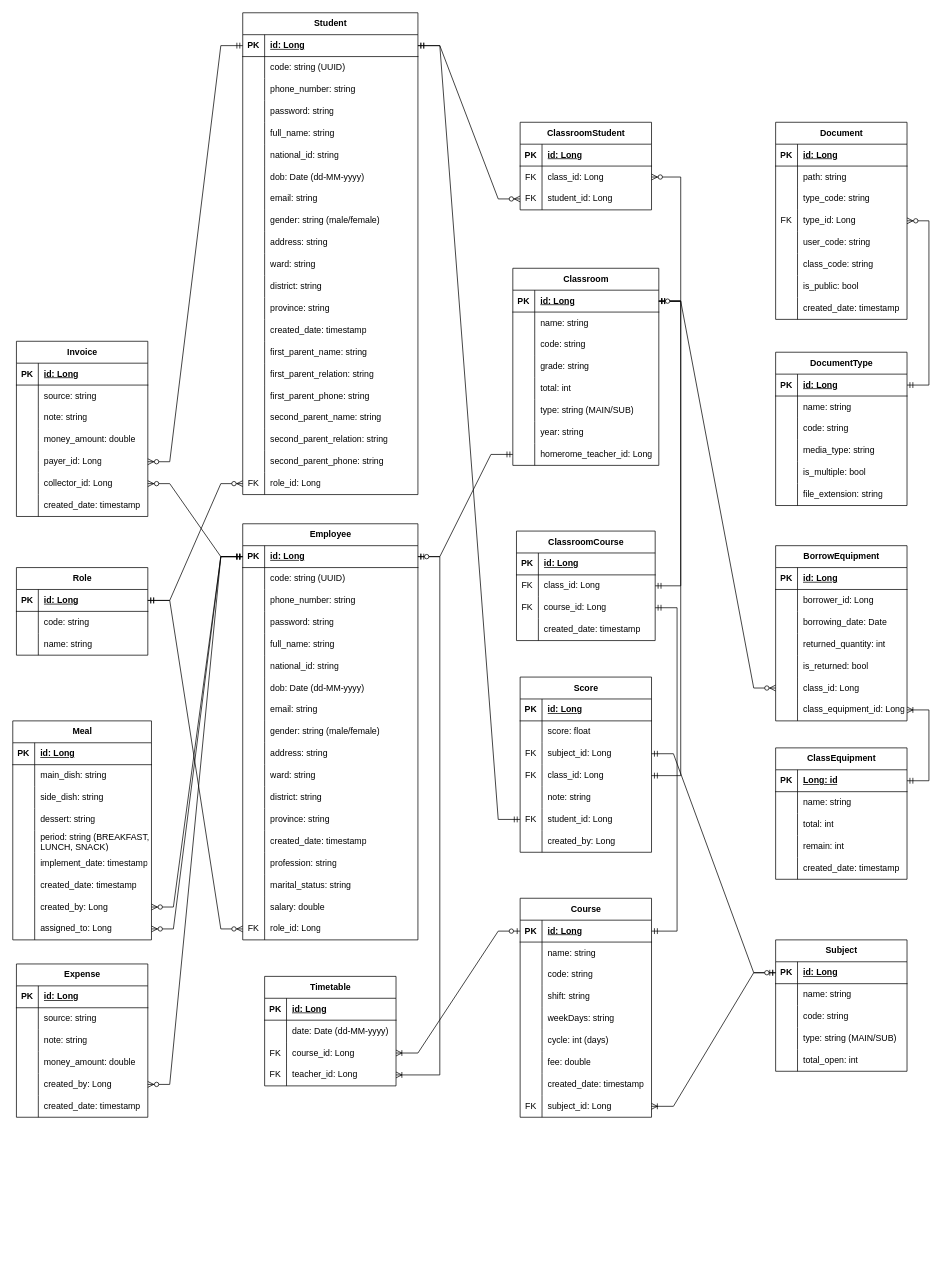
Earlier version of the draw.io diagram documents/ERD.drawio (ngynanhtai/school-management-project). Source tidied: cells renumbered, new cells numbered last; positions are measured from the earlier drawing's top-left corner, leaving out a move shared by most shapes. Both pictures are drawn from the tidied source at 73%, with x=0, y=0 at pixel (12, 12).
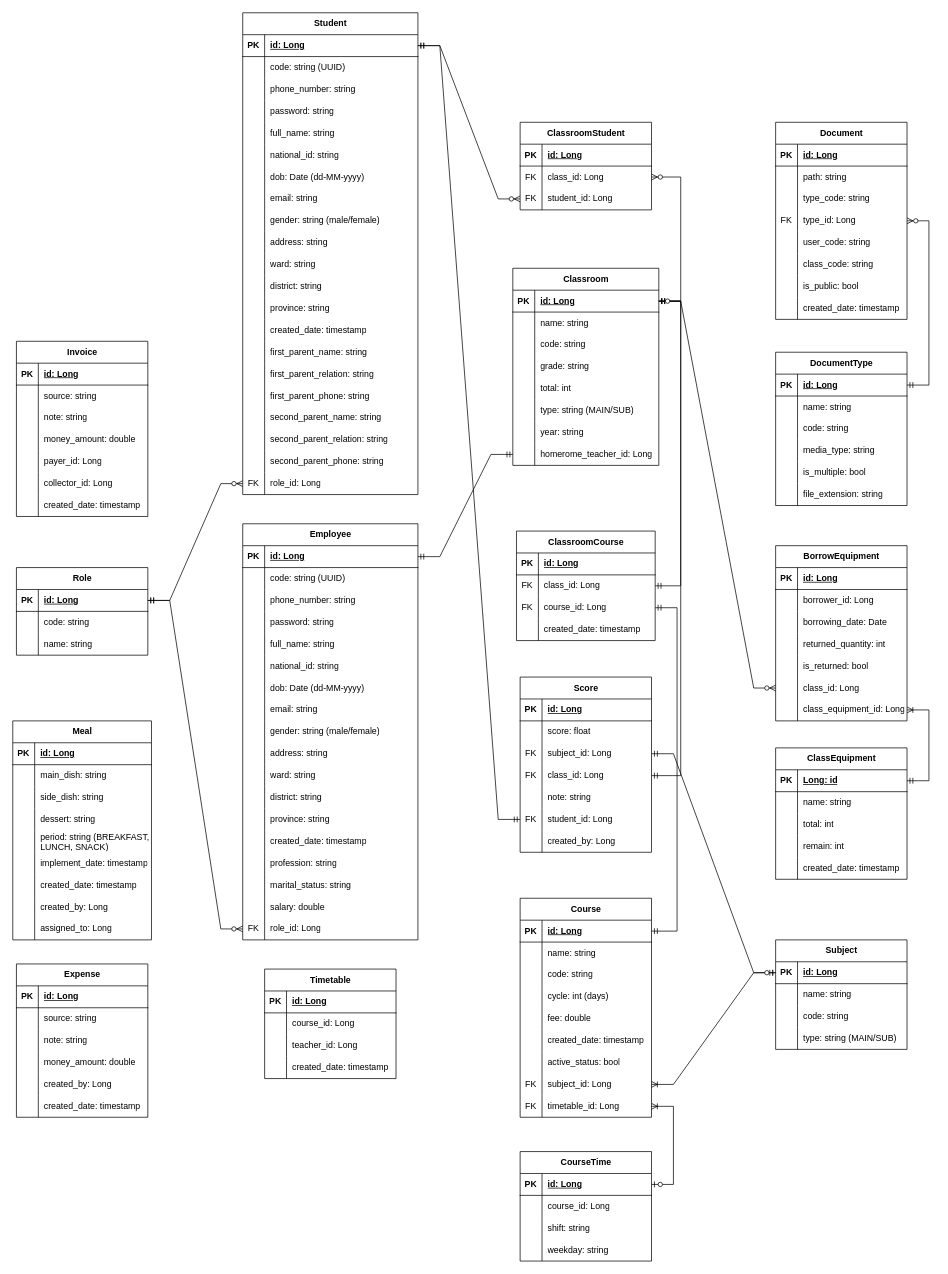
Above is the later version.

Unchanged cells that the change refers to:
```xml
<mxCell id="125" style="shape=tableRow;horizontal=0;startSize=0;swimlaneHead=0;swimlaneBody=0;fillColor=none;points=[[0,0.5],[1,0.5]];portConstraint=eastwest;top=0;left=0;right=0;bottom=0;" parent="103" vertex="1">
  <mxGeometry y="240" width="190" height="30" as="geometry" />
</mxCell>
<mxCell id="128" style="shape=tableRow;horizontal=0;startSize=0;swimlaneHead=0;swimlaneBody=0;fillColor=none;points=[[0,0.5],[1,0.5]];portConstraint=eastwest;top=0;left=0;right=0;bottom=0;" parent="103" vertex="1">
  <mxGeometry y="270" width="190" height="30" as="geometry" />
</mxCell>
<mxCell id="131" value="Course" style="shape=table;startSize=30;childLayout=tableLayout;rowLines=0;fontStyle=1;align=center;html=1;" parent="1" vertex="1">
  <mxGeometry x="695" y="1213" width="180" height="300" as="geometry" />
</mxCell>
<mxCell id="132" style="shape=tableRow;horizontal=0;startSize=0;swimlaneHead=0;swimlaneBody=0;fillColor=none;points=[[0,0.5],[1,0.5]];portConstraint=eastwest;top=0;left=0;right=0;bottom=1;" parent="131" vertex="1">
  <mxGeometry y="30" width="180" height="30" as="geometry" />
</mxCell>
<mxCell id="225" style="shape=tableRow;horizontal=0;startSize=0;swimlaneHead=0;swimlaneBody=0;fillColor=none;points=[[0,0.5],[1,0.5]];portConstraint=eastwest;top=0;left=0;right=0;bottom=1;" parent="224" vertex="1">
  <mxGeometry y="30" width="240" height="30" as="geometry" />
</mxCell>
<mxCell id="304" style="shape=tableRow;horizontal=0;startSize=0;swimlaneHead=0;swimlaneBody=0;fillColor=none;points=[[0,0.5],[1,0.5]];portConstraint=eastwest;top=0;left=0;right=0;bottom=0;" parent="291" vertex="1">
  <mxGeometry y="150" width="180" height="30" as="geometry" />
</mxCell>
<mxCell id="323" style="shape=tableRow;horizontal=0;startSize=0;swimlaneHead=0;swimlaneBody=0;fillColor=none;points=[[0,0.5],[1,0.5]];portConstraint=eastwest;top=0;left=0;right=0;bottom=0;" parent="310" vertex="1">
  <mxGeometry y="150" width="180" height="30" as="geometry" />
</mxCell>
<mxCell id="326" style="shape=tableRow;horizontal=0;startSize=0;swimlaneHead=0;swimlaneBody=0;fillColor=none;points=[[0,0.5],[1,0.5]];portConstraint=eastwest;top=0;left=0;right=0;bottom=0;" parent="310" vertex="1">
  <mxGeometry y="180" width="180" height="30" as="geometry" />
</mxCell>
<mxCell id="361" style="shape=tableRow;horizontal=0;startSize=0;swimlaneHead=0;swimlaneBody=0;fillColor=none;points=[[0,0.5],[1,0.5]];portConstraint=eastwest;top=0;left=0;right=0;bottom=1;" parent="360" vertex="1">
  <mxGeometry y="30" width="240" height="30" as="geometry" />
</mxCell>
<mxCell id="416" style="shape=tableRow;horizontal=0;startSize=0;swimlaneHead=0;swimlaneBody=0;fillColor=none;points=[[0,0.5],[1,0.5]];portConstraint=eastwest;top=0;left=0;right=0;bottom=1;" parent="415" vertex="1">
  <mxGeometry y="30" width="180" height="30" as="geometry" />
</mxCell>
<mxCell id="419" style="shape=tableRow;horizontal=0;startSize=0;swimlaneHead=0;swimlaneBody=0;fillColor=none;top=0;left=0;right=0;bottom=0;" parent="415" vertex="1">
  <mxGeometry y="60" width="180" height="30" as="geometry" />
</mxCell>
<mxCell id="422" style="shape=tableRow;horizontal=0;startSize=0;swimlaneHead=0;swimlaneBody=0;fillColor=none;points=[[0,0.5],[1,0.5]];portConstraint=eastwest;top=0;left=0;right=0;bottom=0;" parent="415" vertex="1">
  <mxGeometry y="90" width="180" height="30" as="geometry" />
</mxCell>
<mxCell id="425" style="shape=tableRow;horizontal=0;startSize=0;swimlaneHead=0;swimlaneBody=0;fillColor=none;points=[[0,0.5],[1,0.5]];portConstraint=eastwest;top=0;left=0;right=0;bottom=0;" parent="415" vertex="1">
  <mxGeometry y="120" width="180" height="30" as="geometry" />
</mxCell>
```

The edit, as a diff of the source:
```diff
@@
     <mxCell id="37" value="Subject" style="shape=table;startSize=30;childLayout=tableLayout;rowLines=0;fontStyle=1;align=center;html=1;" parent="1" vertex="1">
-      <mxGeometry x="1045" y="1270" width="180" height="180" as="geometry" />
+      <mxGeometry x="1045" y="1270" width="180" height="150" as="geometry" />
     </mxCell>
@@
-    <mxCell id="50" style="shape=tableRow;horizontal=0;startSize=0;swimlaneHead=0;swimlaneBody=0;fillColor=none;top=0;left=0;right=0;bottom=0;" parent="37" vertex="1">
-      <mxGeometry y="150" width="180" height="30" as="geometry" />
-    </mxCell>
-    <mxCell id="51" style="shape=partialRectangle;fillColor=none;top=0;left=0;bottom=0;right=0;overflow=hidden;whiteSpace=wrap;html=1;" parent="50" vertex="1">
-      <mxGeometry width="30" height="30" as="geometry" />
-    </mxCell>
-    <mxCell id="52" value="total_open: int" style="shape=partialRectangle;fillColor=none;top=0;left=0;bottom=0;right=0;align=left;spacingLeft=6;overflow=hidden;whiteSpace=wrap;html=1;" parent="50" vertex="1">
-      <mxGeometry x="30" width="150" height="30" as="geometry" />
-    </mxCell>
@@
-    <mxCell id="141" style="shape=tableRow;horizontal=0;startSize=0;swimlaneHead=0;swimlaneBody=0;fillColor=none;top=0;left=0;right=0;bottom=0;" parent="131" vertex="1">
-      <mxGeometry y="120" width="180" height="30" as="geometry" />
-    </mxCell>
-    <mxCell id="142" style="shape=partialRectangle;fillColor=none;top=0;left=0;bottom=0;right=0;overflow=hidden;whiteSpace=wrap;html=1;" parent="141" vertex="1">
-      <mxGeometry width="30" height="30" as="geometry" />
-    </mxCell>
-    <mxCell id="143" value="shift: string" style="shape=partialRectangle;fillColor=none;top=0;left=0;bottom=0;right=0;align=left;spacingLeft=6;overflow=hidden;whiteSpace=wrap;html=1;" parent="141" vertex="1">
-      <mxGeometry x="30" width="150" height="30" as="geometry" />
-    </mxCell>
-    <mxCell id="144" style="shape=tableRow;horizontal=0;startSize=0;swimlaneHead=0;swimlaneBody=0;fillColor=none;top=0;left=0;right=0;bottom=0;" parent="131" vertex="1">
-      <mxGeometry y="150" width="180" height="30" as="geometry" />
-    </mxCell>
-    <mxCell id="145" style="shape=partialRectangle;fillColor=none;top=0;left=0;bottom=0;right=0;overflow=hidden;whiteSpace=wrap;html=1;" parent="144" vertex="1">
-      <mxGeometry width="30" height="30" as="geometry" />
-    </mxCell>
-    <mxCell id="146" value="weekDays: string" style="shape=partialRectangle;fillColor=none;top=0;left=0;bottom=0;right=0;align=left;spacingLeft=6;overflow=hidden;whiteSpace=wrap;html=1;" parent="144" vertex="1">
-      <mxGeometry x="30" width="150" height="30" as="geometry" />
-    </mxCell>
     <mxCell id="147" style="shape=tableRow;horizontal=0;startSize=0;swimlaneHead=0;swimlaneBody=0;fillColor=none;top=0;left=0;right=0;bottom=0;" parent="131" vertex="1">
-      <mxGeometry y="180" width="180" height="30" as="geometry" />
+      <mxGeometry y="120" width="180" height="30" as="geometry" />
     </mxCell>
@@
     <mxCell id="150" style="shape=tableRow;horizontal=0;startSize=0;swimlaneHead=0;swimlaneBody=0;fillColor=none;top=0;left=0;right=0;bottom=0;" parent="131" vertex="1">
-      <mxGeometry y="210" width="180" height="30" as="geometry" />
+      <mxGeometry y="150" width="180" height="30" as="geometry" />
     </mxCell>
@@
     <mxCell id="153" style="shape=tableRow;horizontal=0;startSize=0;swimlaneHead=0;swimlaneBody=0;fillColor=none;top=0;left=0;right=0;bottom=0;" parent="131" vertex="1">
-      <mxGeometry y="240" width="180" height="30" as="geometry" />
+      <mxGeometry y="180" width="180" height="30" as="geometry" />
     </mxCell>
@@
+    <mxCell id="430" style="shape=tableRow;horizontal=0;startSize=0;swimlaneHead=0;swimlaneBody=0;fillColor=none;top=0;left=0;right=0;bottom=0;" parent="131" vertex="1">
+      <mxGeometry y="210" width="180" height="30" as="geometry" />
+    </mxCell>
+    <mxCell id="431" style="shape=partialRectangle;fillColor=none;top=0;left=0;bottom=0;right=0;overflow=hidden;whiteSpace=wrap;html=1;" parent="430" vertex="1">
+      <mxGeometry width="30" height="30" as="geometry" />
+    </mxCell>
+    <mxCell id="432" value="active_status: bool" style="shape=partialRectangle;fillColor=none;top=0;left=0;bottom=0;right=0;align=left;spacingLeft=6;overflow=hidden;whiteSpace=wrap;html=1;" parent="430" vertex="1">
+      <mxGeometry x="30" width="150" height="30" as="geometry" />
+    </mxCell>
     <mxCell id="156" style="shape=tableRow;horizontal=0;startSize=0;swimlaneHead=0;swimlaneBody=0;fillColor=none;points=[[0,0.5],[1,0.5]];portConstraint=eastwest;top=0;left=0;right=0;bottom=0;" parent="131" vertex="1">
-      <mxGeometry y="270" width="180" height="30" as="geometry" />
+      <mxGeometry y="240" width="180" height="30" as="geometry" />
     </mxCell>
@@
+    <mxCell id="433" style="shape=tableRow;horizontal=0;startSize=0;swimlaneHead=0;swimlaneBody=0;fillColor=none;points=[[0,0.5],[1,0.5]];portConstraint=eastwest;top=0;left=0;right=0;bottom=0;" parent="131" vertex="1">
+      <mxGeometry y="270" width="180" height="30" as="geometry" />
+    </mxCell>
+    <mxCell id="434" value="FK" style="shape=partialRectangle;fillColor=none;top=0;left=0;bottom=0;right=0;overflow=hidden;whiteSpace=wrap;html=1;" parent="433" vertex="1">
+      <mxGeometry width="30" height="30" as="geometry" />
+    </mxCell>
+    <mxCell id="435" value="timetable_id: Long" style="shape=partialRectangle;fillColor=none;top=0;left=0;bottom=0;right=0;align=left;spacingLeft=6;overflow=hidden;whiteSpace=wrap;html=1;" parent="433" vertex="1">
+      <mxGeometry x="30" width="150" height="30" as="geometry" />
+    </mxCell>
@@
-    <mxCell id="332" style="edgeStyle=entityRelationEdgeStyle;fontSize=12;html=1;endArrow=ERzeroToMany;startArrow=ERmandOne;rounded=0;" parent="1" edge="1" source="361" target="125">
-      <mxGeometry relative="1" as="geometry" />
-    </mxCell>
-    <mxCell id="333" style="edgeStyle=entityRelationEdgeStyle;fontSize=12;html=1;endArrow=ERzeroToMany;startArrow=ERmandOne;rounded=0;" parent="1" edge="1" source="361" target="128">
-      <mxGeometry relative="1" as="geometry" />
-    </mxCell>
-    <mxCell id="334" style="edgeStyle=entityRelationEdgeStyle;fontSize=12;html=1;endArrow=ERzeroToMany;startArrow=ERmandOne;rounded=0;" parent="1" edge="1" source="225" target="323">
-      <mxGeometry relative="1" as="geometry" />
-    </mxCell>
-    <mxCell id="335" style="edgeStyle=entityRelationEdgeStyle;fontSize=12;html=1;endArrow=ERzeroToMany;startArrow=ERmandOne;rounded=0;" parent="1" edge="1" source="361" target="326">
-      <mxGeometry relative="1" as="geometry" />
-    </mxCell>
-    <mxCell id="336" style="edgeStyle=entityRelationEdgeStyle;fontSize=12;html=1;endArrow=ERzeroToMany;startArrow=ERmandOne;rounded=0;" parent="1" edge="1" source="361" target="304">
-      <mxGeometry relative="1" as="geometry" />
-    </mxCell>
@@
-    <mxCell id="415" value="Timetable" style="shape=table;startSize=30;childLayout=tableLayout;rowLines=0;fontStyle=1;align=center;html=1;" parent="1" vertex="1">
-      <mxGeometry x="345" y="1320" width="180" height="150" as="geometry" />
+    <mxCell id="415" value="CourseTime" style="shape=table;startSize=30;childLayout=tableLayout;rowLines=0;fontStyle=1;align=center;html=1;" parent="1" vertex="1">
+      <mxGeometry x="695" y="1560" width="180" height="150" as="geometry" />
     </mxCell>
@@
-    <mxCell id="421" value="date: Date (dd-MM-yyyy)" style="shape=partialRectangle;fillColor=none;top=0;left=0;bottom=0;right=0;align=left;spacingLeft=6;overflow=hidden;whiteSpace=wrap;html=1;" parent="419" vertex="1">
+    <mxCell id="421" value="course_id: Long" style="shape=partialRectangle;fillColor=none;top=0;left=0;bottom=0;right=0;align=left;spacingLeft=6;overflow=hidden;whiteSpace=wrap;html=1;" parent="419" vertex="1">
       <mxGeometry x="30" width="150" height="30" as="geometry" />
     </mxCell>
@@
-    <mxCell id="423" value="FK" style="shape=partialRectangle;fillColor=none;top=0;left=0;bottom=0;right=0;overflow=hidden;whiteSpace=wrap;html=1;" parent="422" vertex="1">
+    <mxCell id="423" style="shape=partialRectangle;fillColor=none;top=0;left=0;bottom=0;right=0;overflow=hidden;whiteSpace=wrap;html=1;" parent="422" vertex="1">
       <mxGeometry width="30" height="30" as="geometry" />
     </mxCell>
-    <mxCell id="424" value="course_id: Long" style="shape=partialRectangle;fillColor=none;top=0;left=0;bottom=0;right=0;align=left;spacingLeft=6;overflow=hidden;whiteSpace=wrap;html=1;" parent="422" vertex="1">
+    <mxCell id="424" value="shift: string" style="shape=partialRectangle;fillColor=none;top=0;left=0;bottom=0;right=0;align=left;spacingLeft=6;overflow=hidden;whiteSpace=wrap;html=1;" parent="422" vertex="1">
       <mxGeometry x="30" width="150" height="30" as="geometry" />
     </mxCell>
@@
-    <mxCell id="426" value="FK" style="shape=partialRectangle;fillColor=none;top=0;left=0;bottom=0;right=0;overflow=hidden;whiteSpace=wrap;html=1;" parent="425" vertex="1">
+    <mxCell id="426" style="shape=partialRectangle;fillColor=none;top=0;left=0;bottom=0;right=0;overflow=hidden;whiteSpace=wrap;html=1;" parent="425" vertex="1">
       <mxGeometry width="30" height="30" as="geometry" />
     </mxCell>
-    <mxCell id="427" value="teacher_id: Long" style="shape=partialRectangle;fillColor=none;top=0;left=0;bottom=0;right=0;align=left;spacingLeft=6;overflow=hidden;whiteSpace=wrap;html=1;" parent="425" vertex="1">
+    <mxCell id="427" value="weekday: string" style="shape=partialRectangle;fillColor=none;top=0;left=0;bottom=0;right=0;align=left;spacingLeft=6;overflow=hidden;whiteSpace=wrap;html=1;" parent="425" vertex="1">
       <mxGeometry x="30" width="150" height="30" as="geometry" />
     </mxCell>
-    <mxCell id="428" style="edgeStyle=entityRelationEdgeStyle;fontSize=12;html=1;endArrow=ERoneToMany;startArrow=ERzeroToOne;rounded=0;" parent="1" edge="1" source="132" target="422">
+    <mxCell id="428" style="edgeStyle=entityRelationEdgeStyle;fontSize=12;html=1;endArrow=ERoneToMany;startArrow=ERzeroToOne;rounded=0;" parent="1" edge="1" source="416" target="433">
       <mxGeometry relative="1" as="geometry" />
     </mxCell>
-    <mxCell id="429" style="edgeStyle=entityRelationEdgeStyle;fontSize=12;html=1;endArrow=ERoneToMany;startArrow=ERzeroToOne;rounded=0;" parent="1" edge="1" source="361" target="425">
-      <mxGeometry relative="1" as="geometry" />
-    </mxCell>
+    <mxCell id="436" value="Timetable" style="shape=table;startSize=30;childLayout=tableLayout;rowLines=0;fontStyle=1;align=center;html=1;" parent="1" vertex="1">
+      <mxGeometry x="345" y="1310" width="180" height="150" as="geometry" />
+    </mxCell>
+    <mxCell id="437" style="shape=tableRow;horizontal=0;startSize=0;swimlaneHead=0;swimlaneBody=0;fillColor=none;top=0;left=0;right=0;bottom=1;" parent="436" vertex="1">
+      <mxGeometry y="30" width="180" height="30" as="geometry" />
+    </mxCell>
+    <mxCell id="438" value="PK" style="shape=partialRectangle;fillColor=none;top=0;left=0;bottom=0;right=0;fontStyle=1;overflow=hidden;whiteSpace=wrap;html=1;" parent="437" vertex="1">
+      <mxGeometry width="30" height="30" as="geometry" />
+    </mxCell>
+    <mxCell id="439" value="id: Long" style="shape=partialRectangle;fillColor=none;top=0;left=0;bottom=0;right=0;align=left;spacingLeft=6;fontStyle=5;overflow=hidden;whiteSpace=wrap;html=1;" parent="437" vertex="1">
+      <mxGeometry x="30" width="150" height="30" as="geometry" />
+    </mxCell>
+    <mxCell id="440" style="shape=tableRow;horizontal=0;startSize=0;swimlaneHead=0;swimlaneBody=0;fillColor=none;top=0;left=0;right=0;bottom=0;" parent="436" vertex="1">
+      <mxGeometry y="60" width="180" height="30" as="geometry" />
+    </mxCell>
+    <mxCell id="441" style="shape=partialRectangle;fillColor=none;top=0;left=0;bottom=0;right=0;overflow=hidden;whiteSpace=wrap;html=1;" parent="440" vertex="1">
+      <mxGeometry width="30" height="30" as="geometry" />
+    </mxCell>
+    <mxCell id="442" value="course_id: Long" style="shape=partialRectangle;fillColor=none;top=0;left=0;bottom=0;right=0;align=left;spacingLeft=6;overflow=hidden;whiteSpace=wrap;html=1;" parent="440" vertex="1">
+      <mxGeometry x="30" width="150" height="30" as="geometry" />
+    </mxCell>
+    <mxCell id="443" style="shape=tableRow;horizontal=0;startSize=0;swimlaneHead=0;swimlaneBody=0;fillColor=none;top=0;left=0;right=0;bottom=0;" parent="436" vertex="1">
+      <mxGeometry y="90" width="180" height="30" as="geometry" />
+    </mxCell>
+    <mxCell id="444" style="shape=partialRectangle;fillColor=none;top=0;left=0;bottom=0;right=0;overflow=hidden;whiteSpace=wrap;html=1;" parent="443" vertex="1">
+      <mxGeometry width="30" height="30" as="geometry" />
+    </mxCell>
+    <mxCell id="445" value="teacher_id: Long" style="shape=partialRectangle;fillColor=none;top=0;left=0;bottom=0;right=0;align=left;spacingLeft=6;overflow=hidden;whiteSpace=wrap;html=1;" parent="443" vertex="1">
+      <mxGeometry x="30" width="150" height="30" as="geometry" />
+    </mxCell>
+    <mxCell id="141" style="shape=tableRow;horizontal=0;startSize=0;swimlaneHead=0;swimlaneBody=0;fillColor=none;top=0;left=0;right=0;bottom=0;" parent="436" vertex="1">
+      <mxGeometry y="120" width="180" height="30" as="geometry" />
+    </mxCell>
+    <mxCell id="446" style="shape=partialRectangle;fillColor=none;top=0;left=0;bottom=0;right=0;overflow=hidden;whiteSpace=wrap;html=1;" parent="141" vertex="1">
+      <mxGeometry width="30" height="30" as="geometry" />
+    </mxCell>
+    <mxCell id="447" value="created_date: timestamp" style="shape=partialRectangle;fillColor=none;top=0;left=0;bottom=0;right=0;align=left;spacingLeft=6;overflow=hidden;whiteSpace=wrap;html=1;" parent="141" vertex="1">
+      <mxGeometry x="30" width="150" height="30" as="geometry" />
+    </mxCell>
```
